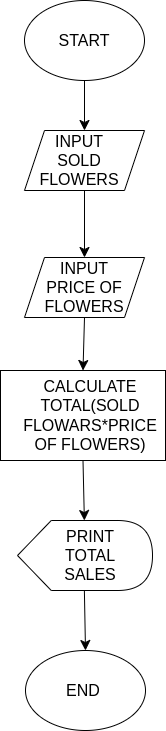
Above: NOMOR3.drawio.png in tahukotak13th/tahukotak13th.github.io (draw.io), before the change. Source tidied: cells renumbered, new cells last; positions are measured from the earlier drawing's top-left corner, leaving out a move shared by most shapes.
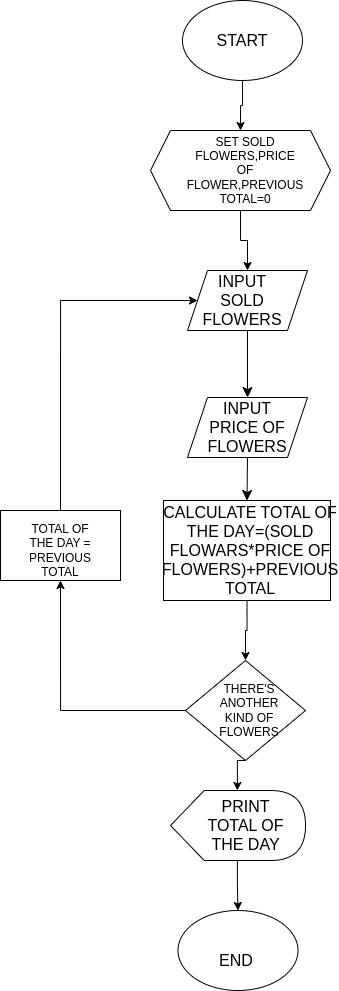
Above is the later version.

What changed in the source:
```diff
@@ -2,56 +2,95 @@
   <root>
     <mxCell id="0" />
     <mxCell id="1" parent="0" />
-    <mxCell id="2" style="edgeStyle=none;curved=1;rounded=0;jettySize=auto;html=1;exitX=0.5;exitY=1;exitDx=0;exitDy=0;entryX=0.5;entryY=0;entryDx=0;entryDy=0;fontSize=12;startSize=8;endSize=8;" parent="1" edge="1" source="3" target="6">
-      <mxGeometry relative="1" as="geometry" />
-    </mxCell>
+    <mxCell id="19" style="edgeStyle=orthogonalEdgeStyle;rounded=0;jettySize=auto;html=1;exitX=0.5;exitY=1;exitDx=0;exitDy=0;entryX=0.5;entryY=0;entryDx=0;entryDy=0;" parent="1" edge="1" source="3" target="22">
+      <mxGeometry relative="1" as="geometry" />
+    </mxCell>
     <mxCell id="3" style="ellipse;whiteSpace=wrap;html=1;" parent="1" vertex="1">
-      <mxGeometry x="24" width="120" height="80" as="geometry" />
+      <mxGeometry x="21" y="60" width="120" height="80" as="geometry" />
     </mxCell>
     <mxCell id="4" value="START" style="text;strokeColor=none;align=center;fillColor=none;html=1;verticalAlign=middle;whiteSpace=wrap;rounded=0;fontSize=16;" parent="1" vertex="1">
-      <mxGeometry x="54" y="25" width="60" height="30" as="geometry" />
+      <mxGeometry x="51" y="85" width="60" height="30" as="geometry" />
     </mxCell>
     <mxCell id="5" style="edgeStyle=none;curved=1;rounded=0;jettySize=auto;html=1;exitX=0.5;exitY=1;exitDx=0;exitDy=0;entryX=0.5;entryY=0;entryDx=0;entryDy=0;fontSize=12;startSize=8;endSize=8;" parent="1" edge="1" source="6" target="8">
       <mxGeometry relative="1" as="geometry" />
     </mxCell>
     <mxCell id="6" style="shape=parallelogram;perimeter=parallelogramPerimeter;whiteSpace=wrap;html=1;fixedSize=1;" parent="1" vertex="1">
-      <mxGeometry x="24" y="130" width="120" height="60" as="geometry" />
+      <mxGeometry x="26" y="330" width="120" height="60" as="geometry" />
     </mxCell>
     <mxCell id="7" style="edgeStyle=none;curved=1;rounded=0;jettySize=auto;html=1;exitX=0.5;exitY=1;exitDx=0;exitDy=0;entryX=0.5;entryY=0;entryDx=0;entryDy=0;fontSize=12;startSize=8;endSize=8;" parent="1" edge="1" source="8" target="11">
       <mxGeometry relative="1" as="geometry" />
     </mxCell>
     <mxCell id="8" style="shape=parallelogram;perimeter=parallelogramPerimeter;whiteSpace=wrap;html=1;fixedSize=1;" parent="1" vertex="1">
-      <mxGeometry x="24" y="257" width="120" height="60" as="geometry" />
+      <mxGeometry x="26" y="457" width="120" height="60" as="geometry" />
     </mxCell>
     <mxCell id="9" value="INPUT SOLD FLOWERS" style="text;strokeColor=none;align=center;fillColor=none;html=1;verticalAlign=middle;whiteSpace=wrap;rounded=0;fontSize=16;" parent="1" vertex="1">
-      <mxGeometry x="44" y="140" width="70" height="40" as="geometry" />
+      <mxGeometry x="46" y="340" width="70" height="40" as="geometry" />
     </mxCell>
     <mxCell id="10" value="INPUT PRICE OF FLOWERS" style="text;strokeColor=none;align=center;fillColor=none;html=1;verticalAlign=middle;whiteSpace=wrap;rounded=0;fontSize=16;" parent="1" vertex="1">
-      <mxGeometry x="54" y="272" width="60" height="30" as="geometry" />
+      <mxGeometry x="56" y="472" width="60" height="30" as="geometry" />
     </mxCell>
+    <mxCell id="20" style="edgeStyle=orthogonalEdgeStyle;rounded=0;jettySize=auto;html=1;exitX=0.5;exitY=1;exitDx=0;exitDy=0;entryX=0.5;entryY=0;entryDx=0;entryDy=0;" parent="1" edge="1" source="11" target="26">
+      <mxGeometry relative="1" as="geometry" />
+    </mxCell>
     <mxCell id="11" style="rounded=0;whiteSpace=wrap;html=1;" parent="1" vertex="1">
-      <mxGeometry y="370" width="165" height="90" as="geometry" />
+      <mxGeometry x="2" y="560" width="167" height="100" as="geometry" />
     </mxCell>
-    <mxCell id="12" value="CALCULATE TOTAL(SOLD FLOWARS*PRICE OF FLOWERS)" style="text;strokeColor=none;align=center;fillColor=none;html=1;verticalAlign=middle;whiteSpace=wrap;rounded=0;fontSize=16;" parent="1" vertex="1">
-      <mxGeometry x="60" y="400" width="60" height="30" as="geometry" />
+    <mxCell id="12" value="CALCULATE TOTAL OF THE DAY=(SOLD FLOWARS*PRICE OF FLOWERS)+PREVIOUS TOTAL" style="text;strokeColor=none;align=center;fillColor=none;html=1;verticalAlign=middle;whiteSpace=wrap;rounded=0;fontSize=16;" parent="1" vertex="1">
+      <mxGeometry x="58.5" y="595" width="60" height="30" as="geometry" />
     </mxCell>
-    <mxCell id="13" style="edgeStyle=none;curved=1;rounded=0;jettySize=auto;html=1;exitX=0;exitY=0;exitDx=66.875;exitDy=70;exitPerimeter=0;entryX=0.5;entryY=0;entryDx=0;entryDy=0;fontSize=12;startSize=8;endSize=8;" parent="1" edge="1" source="14" target="17">
+    <mxCell id="13" style="edgeStyle=orthogonalEdgeStyle;rounded=0;jettySize=auto;html=1;exitX=0;exitY=0;exitDx=66.875;exitDy=70;exitPerimeter=0;entryX=0.5;entryY=0;entryDx=0;entryDy=0;" parent="1" edge="1" source="14" target="17">
       <mxGeometry relative="1" as="geometry" />
     </mxCell>
     <mxCell id="14" style="shape=display;whiteSpace=wrap;html=1;" parent="1" vertex="1">
-      <mxGeometry x="17" y="520" width="135" height="70" as="geometry" />
+      <mxGeometry x="9" y="850" width="135" height="70" as="geometry" />
     </mxCell>
-    <mxCell id="15" value="PRINT TOTAL SALES" style="text;strokeColor=none;align=center;fillColor=none;html=1;verticalAlign=middle;whiteSpace=wrap;rounded=0;fontSize=16;" parent="1" vertex="1">
-      <mxGeometry x="60" y="540" width="60" height="30" as="geometry" />
+    <mxCell id="15" value="PRINT TOTAL OF THE DAY" style="text;strokeColor=none;align=center;fillColor=none;html=1;verticalAlign=middle;whiteSpace=wrap;rounded=0;fontSize=16;" parent="1" vertex="1">
+      <mxGeometry x="42" y="870" width="85" height="30" as="geometry" />
     </mxCell>
-    <mxCell id="16" style="edgeStyle=none;curved=1;rounded=0;jettySize=auto;html=1;exitX=0.5;exitY=1;exitDx=0;exitDy=0;entryX=0;entryY=0;entryDx=66.875;entryDy=0;entryPerimeter=0;fontSize=12;startSize=8;endSize=8;" parent="1" edge="1" source="11" target="14">
-      <mxGeometry relative="1" as="geometry" />
-    </mxCell>
     <mxCell id="17" style="ellipse;whiteSpace=wrap;html=1;" parent="1" vertex="1">
-      <mxGeometry x="25" y="650" width="120" height="80" as="geometry" />
+      <mxGeometry x="16.5" y="970" width="120" height="80" as="geometry" />
     </mxCell>
     <mxCell id="18" value="END" style="text;strokeColor=none;align=center;fillColor=none;html=1;verticalAlign=middle;whiteSpace=wrap;rounded=0;fontSize=16;" parent="1" vertex="1">
-      <mxGeometry x="52.5" y="675" width="60" height="30" as="geometry" />
+      <mxGeometry x="44.5" y="1005" width="60" height="30" as="geometry" />
     </mxCell>
+    <mxCell id="21" style="edgeStyle=orthogonalEdgeStyle;rounded=0;jettySize=auto;html=1;exitX=0.5;exitY=1;exitDx=0;exitDy=0;entryX=0.5;entryY=0;entryDx=0;entryDy=0;" parent="1" edge="1" source="22" target="6">
+      <mxGeometry relative="1" as="geometry" />
+    </mxCell>
+    <mxCell id="22" style="shape=hexagon;perimeter=hexagonPerimeter2;whiteSpace=wrap;html=1;fixedSize=1;" parent="1" vertex="1">
+      <mxGeometry x="-11" y="190" width="180" height="80" as="geometry" />
+    </mxCell>
+    <mxCell id="23" value="SET SOLD FLOWERS,PRICE OF FLOWER,PREVIOUS TOTAL=0" style="text;strokeColor=none;align=center;fillColor=none;html=1;verticalAlign=middle;whiteSpace=wrap;rounded=0;" parent="1" vertex="1">
+      <mxGeometry x="54" y="215" width="60" height="30" as="geometry" />
+    </mxCell>
+    <mxCell id="24" style="edgeStyle=orthogonalEdgeStyle;rounded=0;jettySize=auto;html=1;exitX=0.5;exitY=0;exitDx=0;exitDy=0;" parent="1" edge="1" source="26">
+      <mxGeometry relative="1" as="geometry">
+        <mxPoint x="84.3" y="719.6" as="targetPoint" />
+      </mxGeometry>
+    </mxCell>
+    <mxCell id="25" style="edgeStyle=orthogonalEdgeStyle;rounded=0;jettySize=auto;html=1;exitX=0;exitY=0.5;exitDx=0;exitDy=0;entryX=0.5;entryY=1;entryDx=0;entryDy=0;" parent="1" edge="1" source="26" target="29">
+      <mxGeometry relative="1" as="geometry" />
+    </mxCell>
+    <mxCell id="26" style="rhombus;whiteSpace=wrap;html=1;" parent="1" vertex="1">
+      <mxGeometry x="24" y="720" width="120" height="100" as="geometry" />
+    </mxCell>
+    <mxCell id="27" value="THERE'S ANOTHER KIND OF FLOWERS" style="text;strokeColor=none;align=center;fillColor=none;html=1;verticalAlign=middle;whiteSpace=wrap;rounded=0;" parent="1" vertex="1">
+      <mxGeometry x="57.5" y="755" width="60" height="30" as="geometry" />
+    </mxCell>
+    <mxCell id="28" style="edgeStyle=orthogonalEdgeStyle;rounded=0;jettySize=auto;html=1;exitX=0.5;exitY=0;exitDx=0;exitDy=0;entryX=0;entryY=0.5;entryDx=0;entryDy=0;" parent="1" edge="1" source="29" target="6">
+      <mxGeometry relative="1" as="geometry">
+        <Array as="points">
+          <mxPoint x="-101" y="360" />
+        </Array>
+      </mxGeometry>
+    </mxCell>
+    <mxCell id="29" style="rounded=0;whiteSpace=wrap;html=1;" parent="1" vertex="1">
+      <mxGeometry x="-161" y="570" width="120" height="70" as="geometry" />
+    </mxCell>
+    <mxCell id="30" value="TOTAL OF THE DAY = PREVIOUS TOTAL" style="text;strokeColor=none;align=center;fillColor=none;html=1;verticalAlign=middle;whiteSpace=wrap;rounded=0;" parent="1" vertex="1">
+      <mxGeometry x="-131" y="595" width="60" height="30" as="geometry" />
+    </mxCell>
+    <mxCell id="31" style="edgeStyle=orthogonalEdgeStyle;rounded=0;jettySize=auto;html=1;exitX=0.5;exitY=1;exitDx=0;exitDy=0;entryX=0;entryY=0;entryDx=66.875;entryDy=0;entryPerimeter=0;" parent="1" edge="1" source="26" target="14">
+      <mxGeometry relative="1" as="geometry" />
+    </mxCell>
   </root>
 </mxGraphModel>
```
